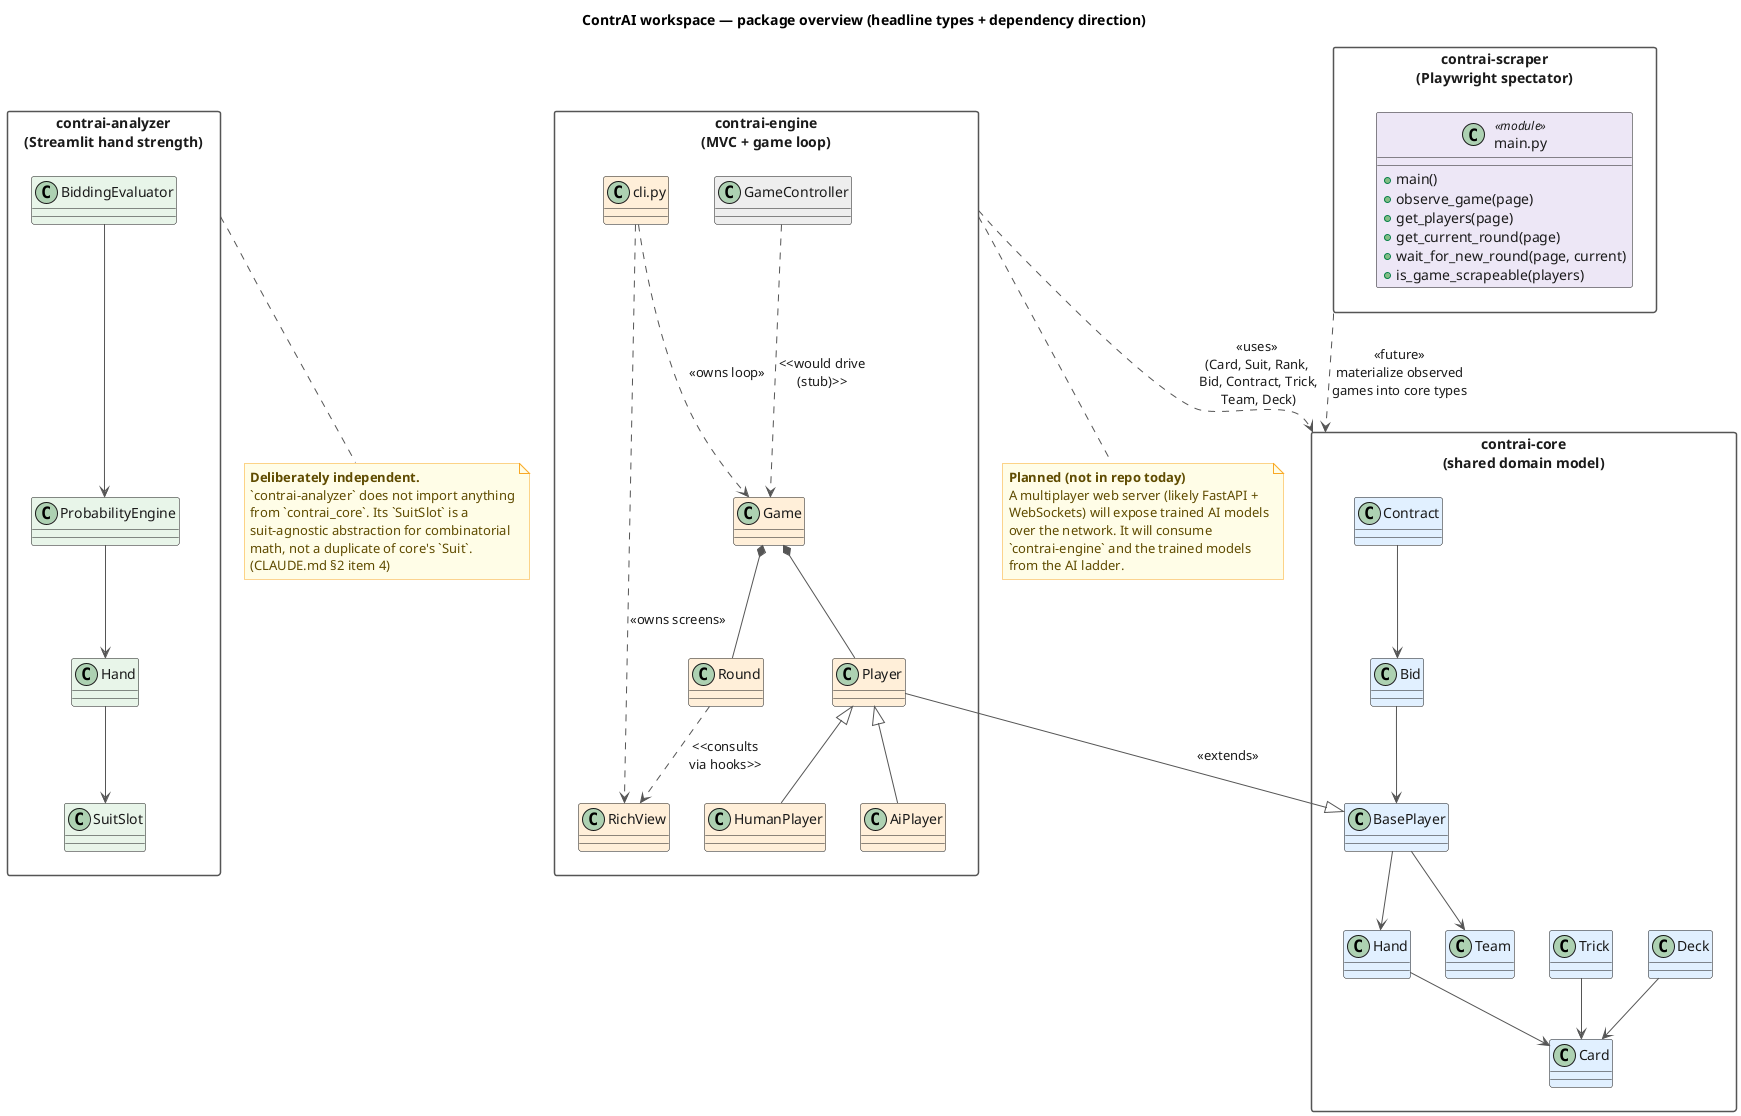
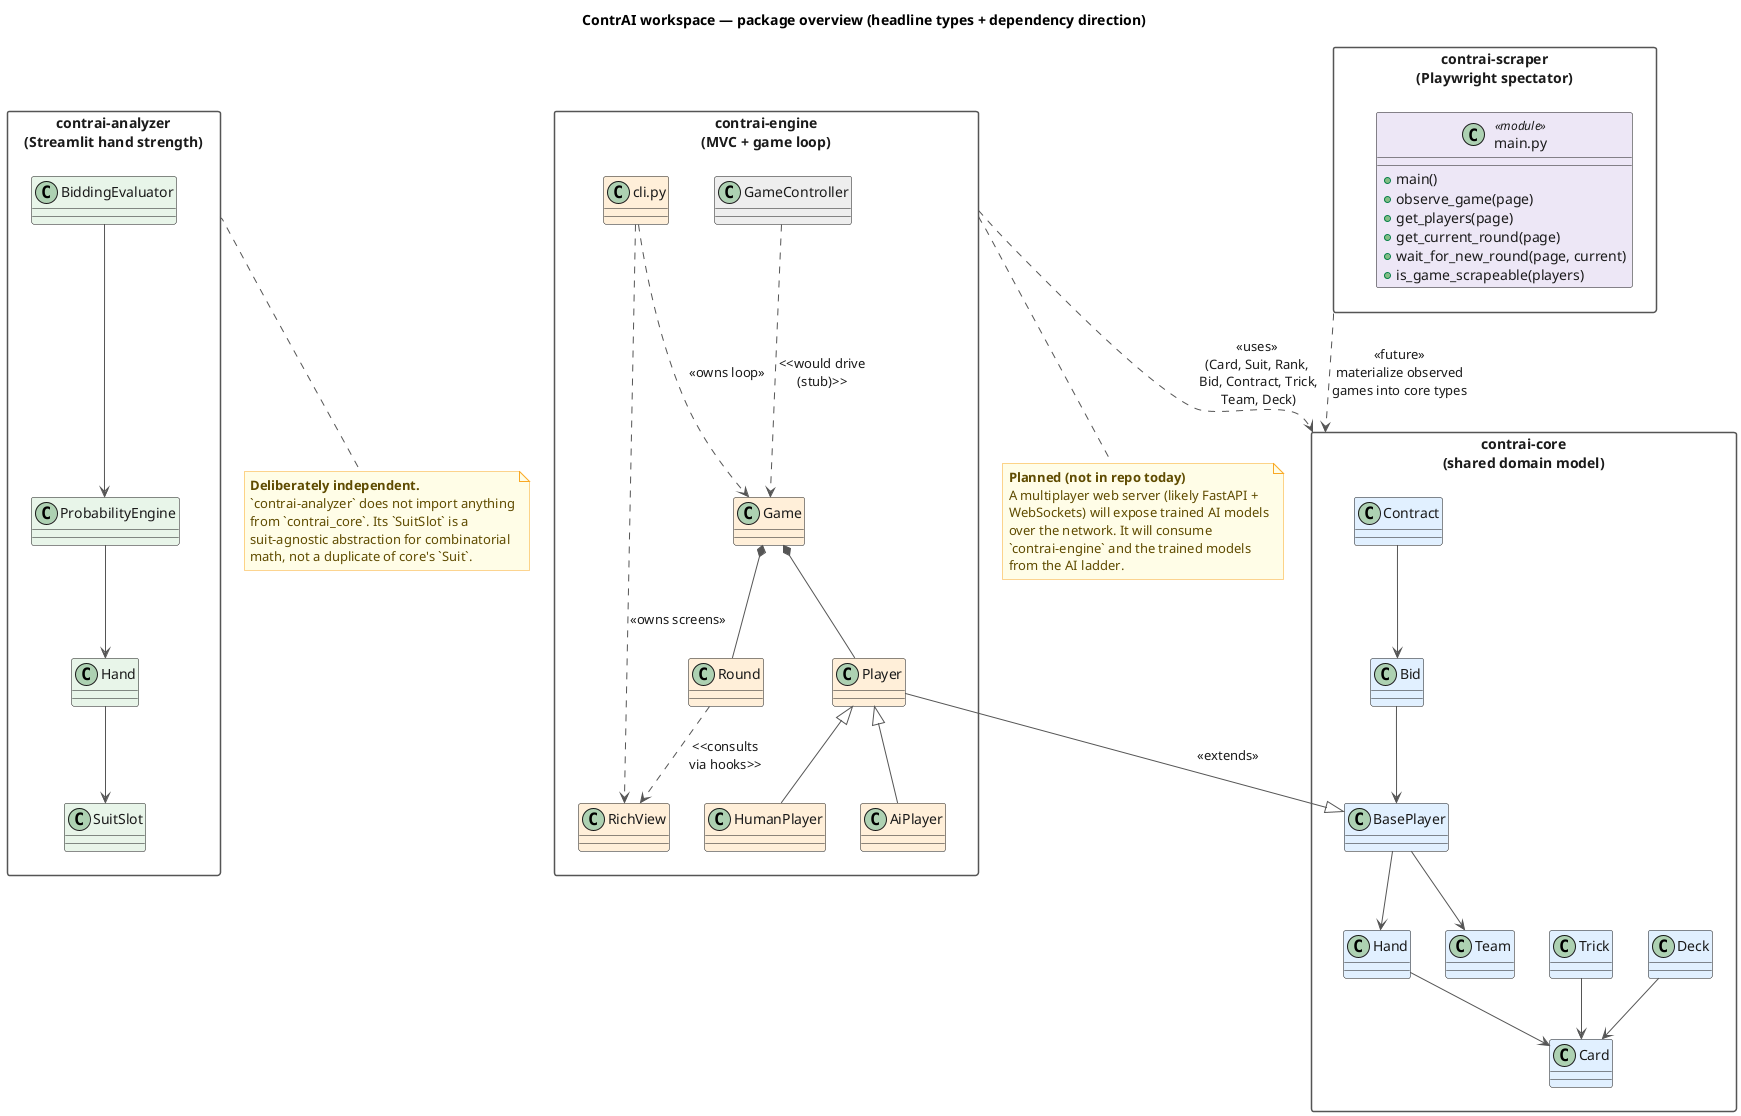
@startuml class_workspace
title ContrAI workspace — package overview (headline types + dependency direction)

' --- All four palettes appear at once; styling is set per-class. ---
skinparam shadowing false
skinparam class {
    FontColor #1A1A1A
    AttributeFontColor #1A1A1A
    StereotypeFontColor #1A1A1A
}
skinparam packageStyle rectangle
skinparam packageFontColor #1A1A1A
skinparam packageBorderColor #555555
skinparam note {
    BackgroundColor #FFFDE7
    BorderColor #F9A825
    FontColor #5F4B00
}
skinparam ArrowColor #555555
skinparam ArrowFontColor #1A1A1A

' =========================================================
' contrai-core — blue
' =========================================================
package "contrai-core\n(shared domain model)" as P_core {
    class "Card"       as C_card     #E1F0FF
    class "Hand"       as C_hand     #E1F0FF
    class "Deck"       as C_deck     #E1F0FF
    class "Trick"      as C_trick    #E1F0FF
    class "Bid"        as C_bid      #E1F0FF
    class "Contract"   as C_contract #E1F0FF
    class "BasePlayer" as C_player   #E1F0FF
    class "Team"       as C_team     #E1F0FF

    C_hand --> C_card
    C_deck --> C_card
    C_player --> C_hand
    C_player --> C_team
    C_trick --> C_card
    C_contract --> C_bid
    C_bid --> C_player
}

' =========================================================
' contrai-engine — orange
' =========================================================
package "contrai-engine\n(MVC + game loop)" as P_engine {
    class "Player"      as E_player   #FFEFD9
    class "HumanPlayer" as E_human    #FFEFD9
    class "AiPlayer"    as E_ai       #FFEFD9
    class "Game"        as E_game     #FFEFD9
    class "Round"       as E_round    #FFEFD9

    class "GameController" as E_ctrl  #EEEEEE
    class "RichView"       as E_view  #FFEFD9
    class "cli.py"         as E_cli   #FFEFD9

    E_player <|-- E_human
    E_player <|-- E_ai
    E_game *-- E_round
    E_game *-- E_player
    E_ctrl ..> E_game : <<would drive\n(stub)>>
    E_round ..> E_view : <<consults\nvia hooks>>
    E_cli ..> E_game : <<owns loop>>
    E_cli ..> E_view : <<owns screens>>
}

' =========================================================
' contrai-analyzer — green
' =========================================================
package "contrai-analyzer\n(Streamlit hand strength)" as P_analyzer {
    class "SuitSlot"          as A_slot    #E8F5E9
    class "Hand"              as A_hand    #E8F5E9
    class "ProbabilityEngine" as A_engine  #E8F5E9
    class "BiddingEvaluator"  as A_bidding #E8F5E9

    A_engine --> A_hand
    A_bidding --> A_engine
    A_hand --> A_slot
}

' =========================================================
' contrai-scraper — purple
' =========================================================
package "contrai-scraper\n(Playwright spectator)" as P_scraper {
    class "main.py" as S_main <<module>> #EDE7F6 {
        + main()
        + observe_game(page)
        + get_players(page)
        + get_current_round(page)
        + wait_for_new_round(page, current)
        + is_game_scrapeable(players)
    }
}

' =========================================================
' Cross-package dependencies
' =========================================================

' Engine extends + uses core
E_player --|> C_player : <<extends>>
P_engine ..> P_core : <<uses>>\n(Card, Suit, Rank,\n Bid, Contract, Trick,\n Team, Deck)

' Analyzer deliberately does NOT depend on core
note as N_analyzer_indep
  **Deliberately independent.**
  `contrai-analyzer` does not import anything
  from `contrai_core`. Its `SuitSlot` is a
  suit-agnostic abstraction for combinatorial
  math, not a duplicate of core's `Suit`.
-   (CLAUDE.md §2 item 4)
end note
P_analyzer .. N_analyzer_indep

' Scraper: planned consumer of core (future)
P_scraper ..> P_core : <<future>>\nmaterialize observed\ngames into core types

' Web server: planned future component (not in repo yet)
note as N_future
  **Planned (not in repo today)**
  A multiplayer web server (likely FastAPI +
  WebSockets) will expose trained AI models
  over the network. It will consume
  `contrai-engine` and the trained models
  from the AI ladder.
end note
P_engine .. N_future

@enduml
